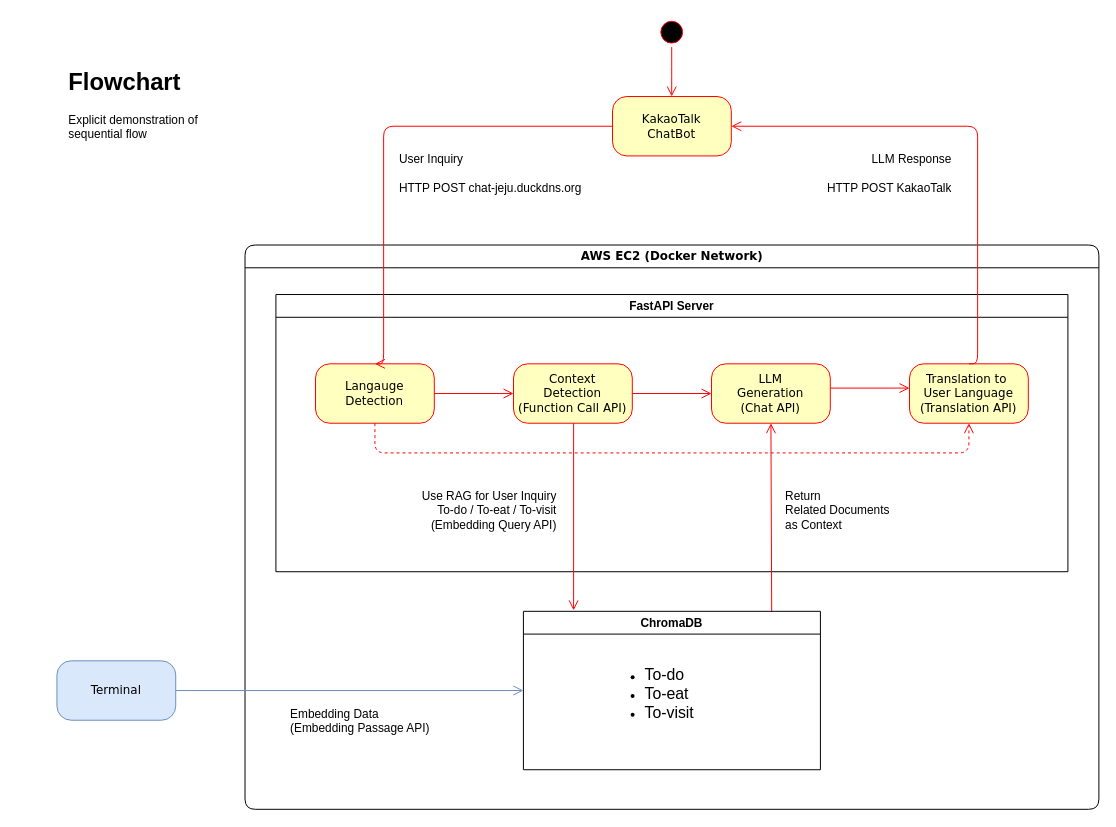
Earlier version of the draw.io diagram page "Page-1" (1 of 2) of Flowchart.drawio (Git-Push-Gang/chat-jeju). Source tidied: cells renumbered, new cells numbered last; positions are measured from the earlier drawing's top-left corner, leaving out a move shared by most shapes. Both pictures are drawn from the tidied source at 99%, with x=0, y=0 at pixel (17, 17).
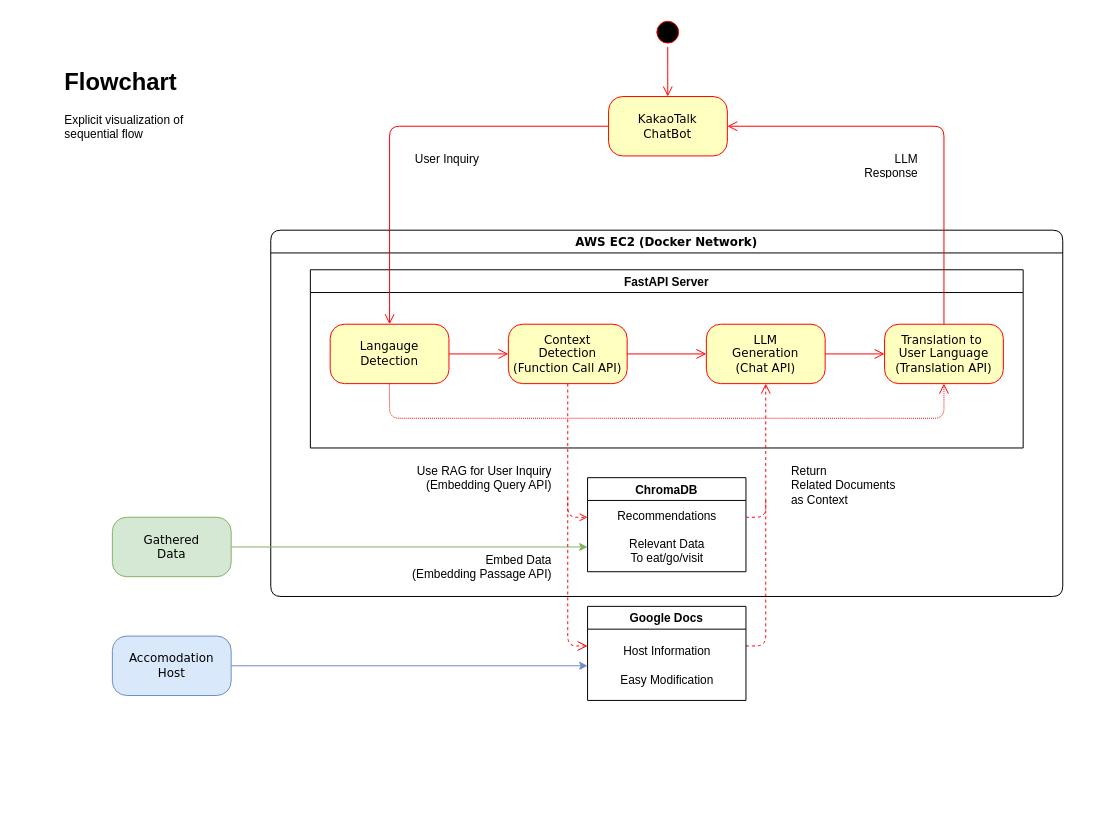
The same page after the edit.

The change refers to these unchanged cells:
```xml
<mxCell id="25" value="KakaoTalk&lt;div&gt;ChatBot&lt;/div&gt;" style="rounded=1;whiteSpace=wrap;html=1;arcSize=24;fillColor=#ffffc0;strokeColor=#ff0000;shadow=0;comic=0;labelBackgroundColor=none;fontFamily=Verdana;fontSize=12;fontColor=#000000;align=center;" parent="23" vertex="1">
  <mxGeometry x="231.2" y="80" width="120" height="60" as="geometry" />
</mxCell>
```

What changed in the source:
```diff
@@
-    <mxCell id="2" style="group;" parent="1" vertex="1">
-      <mxGeometry width="1092.5" height="800" as="geometry" />
-    </mxCell>
-    <mxCell id="3" value="AWS EC2 (Docker Network)" style="swimlane;whiteSpace=wrap;html=1;rounded=1;shadow=0;comic=0;labelBackgroundColor=none;strokeWidth=1;fontFamily=Verdana;fontSize=12;align=center;" parent="2" vertex="1">
-      <mxGeometry x="230" y="230" width="862.5" height="570" as="geometry" />
+    <mxCell id="3" value="AWS EC2 (Docker Network)" style="swimlane;whiteSpace=wrap;html=1;rounded=1;shadow=0;comic=0;labelBackgroundColor=none;strokeWidth=1;fontFamily=Verdana;fontSize=12;align=center;" parent="1" vertex="1">
+      <mxGeometry x="256" y="215" width="800" height="370" as="geometry" />
     </mxCell>
     <mxCell id="4" value="FastAPI Server" style="swimlane;" parent="3" vertex="1">
-      <mxGeometry x="31.2" y="50" width="800" height="280" as="geometry" />
+      <mxGeometry x="40" y="40" width="720" height="180" as="geometry" />
     </mxCell>
     <mxCell id="5" value="Langauge&lt;div&gt;Detection&lt;/div&gt;" style="rounded=1;whiteSpace=wrap;html=1;arcSize=24;fillColor=#ffffc0;strokeColor=#ff0000;shadow=0;comic=0;labelBackgroundColor=none;fontFamily=Verdana;fontSize=12;fontColor=#000000;align=center;" parent="4" vertex="1">
-      <mxGeometry x="40" y="70" width="120" height="60" as="geometry" />
+      <mxGeometry x="20" y="55" width="120" height="60" as="geometry" />
     </mxCell>
     <mxCell id="6" value="Context&lt;div&gt;Detection&lt;/div&gt;&lt;div&gt;(Function Call API)&lt;/div&gt;" style="rounded=1;whiteSpace=wrap;html=1;arcSize=24;fillColor=#ffffc0;strokeColor=#ff0000;shadow=0;comic=0;labelBackgroundColor=none;fontFamily=Verdana;fontSize=12;fontColor=#000000;align=center;" parent="4" vertex="1">
-      <mxGeometry x="240" y="70" width="120" height="60" as="geometry" />
+      <mxGeometry x="200" y="55" width="120" height="60" as="geometry" />
     </mxCell>
     <mxCell id="7" value="LLM&lt;div&gt;Generation&lt;/div&gt;&lt;div&gt;(Chat API)&lt;/div&gt;" style="rounded=1;whiteSpace=wrap;html=1;arcSize=24;fillColor=#ffffc0;strokeColor=#ff0000;shadow=0;comic=0;labelBackgroundColor=none;fontFamily=Verdana;fontSize=12;fontColor=#000000;align=center;" parent="4" vertex="1">
-      <mxGeometry x="440" y="70" width="120" height="60" as="geometry" />
+      <mxGeometry x="400" y="55" width="120" height="60" as="geometry" />
     </mxCell>
     <mxCell id="8" value="Translation to&amp;nbsp;&lt;div&gt;User Language&lt;div&gt;(Translation API)&lt;/div&gt;&lt;/div&gt;" style="rounded=1;whiteSpace=wrap;html=1;arcSize=24;fillColor=#ffffc0;strokeColor=#ff0000;shadow=0;comic=0;labelBackgroundColor=none;fontFamily=Verdana;fontSize=12;fontColor=#000000;align=center;" parent="4" vertex="1">
-      <mxGeometry x="640" y="70" width="120" height="60" as="geometry" />
+      <mxGeometry x="580" y="55" width="120" height="60" as="geometry" />
     </mxCell>
@@
-    <mxCell id="11" style="edgeStyle=orthogonalEdgeStyle;html=1;labelBackgroundColor=none;endArrow=open;endSize=8;strokeColor=#FF0000;fontFamily=Verdana;fontSize=12;align=left;rounded=0;curved=0;entryX=0;entryY=0.5;entryDx=0;entryDy=0;exitX=1;exitY=0.5;exitDx=0;exitDy=0;fontStyle=1;" parent="4" edge="1">
+    <mxCell id="11" style="edgeStyle=orthogonalEdgeStyle;html=1;labelBackgroundColor=none;endArrow=open;endSize=8;strokeColor=#FF0000;fontFamily=Verdana;fontSize=12;align=left;rounded=0;curved=0;exitX=1;exitY=0.5;exitDx=0;exitDy=0;fontStyle=1;" parent="4" edge="1" source="7">
       <mxGeometry relative="1" as="geometry">
-        <mxPoint x="560" y="94.5" as="sourcePoint" />
-        <mxPoint x="640" y="94.5" as="targetPoint" />
+        <mxPoint x="580" y="85" as="targetPoint" />
       </mxGeometry>
     </mxCell>
-    <mxCell id="12" style="edgeStyle=orthogonalEdgeStyle;html=1;labelBackgroundColor=none;endArrow=open;endSize=8;strokeColor=#FF0000;fontFamily=Verdana;fontSize=12;align=left;rounded=1;curved=0;exitX=0.5;exitY=1;exitDx=0;exitDy=0;entryX=0.5;entryY=1;entryDx=0;entryDy=0;dashed=1;" parent="4" edge="1" source="5" target="8">
+    <mxCell id="12" style="edgeStyle=orthogonalEdgeStyle;html=1;labelBackgroundColor=none;endArrow=open;endSize=8;strokeColor=#FF0000;fontFamily=Verdana;fontSize=12;align=left;rounded=1;curved=0;exitX=0.5;exitY=1;exitDx=0;exitDy=0;entryX=0.5;entryY=1;entryDx=0;entryDy=0;dashed=1;dashPattern=1 1;" parent="4" edge="1" source="5" target="8">
       <mxGeometry relative="1" as="geometry">
         <Array as="points">
-          <mxPoint x="100" y="160" />
-          <mxPoint x="700" y="160" />
+          <mxPoint x="80" y="150" />
+          <mxPoint x="640" y="150" />
         </Array>
       </mxGeometry>
     </mxCell>
+    <mxCell id="16" style="edgeStyle=orthogonalEdgeStyle;html=1;labelBackgroundColor=none;endArrow=open;endSize=8;strokeColor=#FF0000;fontFamily=Verdana;fontSize=12;align=left;rounded=1;curved=0;entryX=0.5;entryY=1;entryDx=0;entryDy=0;dashed=1;" parent="3" edge="1" target="7">
+      <mxGeometry relative="1" as="geometry">
+        <mxPoint x="480" y="420" as="sourcePoint" />
+        <Array as="points">
+          <mxPoint x="480" y="420" />
+          <mxPoint x="500" y="420" />
+        </Array>
+      </mxGeometry>
+    </mxCell>
+    <mxCell id="17" value="ChromaDB" style="swimlane;" parent="3" vertex="1">
+      <mxGeometry x="320" y="250" width="160" height="95" as="geometry" />
+    </mxCell>
+    <mxCell id="31" value="Recommendations&lt;div&gt;&lt;br&gt;&lt;/div&gt;&lt;div&gt;Relevant Data&lt;/div&gt;&lt;div&gt;To eat/go/visit&lt;/div&gt;" style="text;html=1;align=center;verticalAlign=middle;strokeColor=none;fillColor=none;" parent="17" vertex="1">
+      <mxGeometry x="20" y="25" width="120" height="70" as="geometry" />
+    </mxCell>
-    <mxCell id="13" value="&lt;div&gt;Use RAG for User Inquiry&lt;br&gt;&lt;/div&gt;&lt;div style=&quot;&quot;&gt;To-do / To-eat / To-visit&lt;/div&gt;(Embedding Query API)" style="text;strokeColor=none;fillColor=none;spacingLeft=4;spacingRight=4;overflow=hidden;fontSize=12;whiteSpace=wrap;html=1;align=right;" parent="4" vertex="1">
-      <mxGeometry x="90" y="190" width="200" height="60" as="geometry" />
+    <mxCell id="13" value="&lt;div&gt;Use RAG for User Inquiry&lt;br&gt;&lt;/div&gt;&lt;div style=&quot;&quot;&gt;(Embedding Query API)&lt;br&gt;&lt;/div&gt;" style="text;strokeColor=none;fillColor=none;spacingLeft=4;spacingRight=4;overflow=hidden;fontSize=12;whiteSpace=wrap;html=1;align=right;" parent="3" vertex="1">
+      <mxGeometry x="90" y="230" width="200" height="60" as="geometry" />
     </mxCell>
-    <mxCell id="14" value="&lt;div&gt;Return&lt;/div&gt;&lt;div&gt;Related Documents&lt;/div&gt;&lt;div&gt;as Context&lt;/div&gt;" style="text;strokeColor=none;fillColor=none;spacingLeft=4;spacingRight=4;overflow=hidden;fontSize=12;whiteSpace=wrap;html=1;" parent="4" vertex="1">
-      <mxGeometry x="508.8" y="190" width="201.2" height="60" as="geometry" />
+    <mxCell id="14" value="&lt;div&gt;Return&lt;/div&gt;&lt;div&gt;Related Documents&lt;/div&gt;&lt;div&gt;as Context&lt;/div&gt;" style="text;strokeColor=none;fillColor=none;spacingLeft=4;spacingRight=4;overflow=hidden;fontSize=12;whiteSpace=wrap;html=1;" parent="3" vertex="1">
+      <mxGeometry x="520" y="230" width="201.2" height="60" as="geometry" />
     </mxCell>
-    <mxCell id="15" style="edgeStyle=orthogonalEdgeStyle;html=1;labelBackgroundColor=none;endArrow=open;endSize=8;strokeColor=#FF0000;fontFamily=Verdana;fontSize=12;align=left;rounded=0;curved=0;exitX=0.5;exitY=1;exitDx=0;exitDy=0;entryX=0.169;entryY=-0.006;entryDx=0;entryDy=0;entryPerimeter=0;" parent="3" edge="1" source="6" target="17">
-      <mxGeometry relative="1" as="geometry">
-        <Array as="points">
-          <mxPoint x="331" y="370" />
-        </Array>
-      </mxGeometry>
-    </mxCell>
-    <mxCell id="16" style="edgeStyle=orthogonalEdgeStyle;html=1;labelBackgroundColor=none;endArrow=open;endSize=8;strokeColor=#FF0000;fontFamily=Verdana;fontSize=12;align=left;rounded=0;curved=0;entryX=0.5;entryY=1;entryDx=0;entryDy=0;exitX=0.836;exitY=0.019;exitDx=0;exitDy=0;exitPerimeter=0;" parent="3" edge="1" source="17" target="7">
-      <mxGeometry relative="1" as="geometry">
-        <Array as="points">
-          <mxPoint x="531" y="373" />
-        </Array>
-      </mxGeometry>
-    </mxCell>
-    <mxCell id="17" value="ChromaDB" style="swimlane;" parent="3" vertex="1">
-      <mxGeometry x="281.2" y="370" width="300" height="160" as="geometry" />
-    </mxCell>
-    <mxCell id="18" value="&lt;ul&gt;&lt;li&gt;&lt;font size=&quot;3&quot;&gt;To-do&lt;/font&gt;&lt;/li&gt;&lt;li&gt;&lt;font size=&quot;3&quot;&gt;To-eat&lt;/font&gt;&lt;/li&gt;&lt;li&gt;&lt;font size=&quot;3&quot;&gt;To-visit&lt;/font&gt;&lt;/li&gt;&lt;/ul&gt;" style="text;strokeColor=none;fillColor=none;html=1;whiteSpace=wrap;verticalAlign=middle;overflow=hidden;" parent="17" vertex="1">
-      <mxGeometry x="81.2" y="40" width="100" height="80" as="geometry" />
-    </mxCell>
-    <mxCell id="19" value="&lt;font style=&quot;font-size: 12px;&quot;&gt;Embedding Data&lt;/font&gt;&lt;div&gt;&lt;font style=&quot;font-size: 12px;&quot;&gt;(Embedding Passage API)&lt;/font&gt;&lt;/div&gt;" style="text;strokeColor=none;fillColor=none;spacingLeft=4;spacingRight=4;overflow=hidden;fontSize=12;whiteSpace=wrap;html=1;" parent="3" vertex="1">
-      <mxGeometry x="40" y="460" width="200" height="60" as="geometry" />
-    </mxCell>
+    <mxCell id="32" style="endArrow=open;html=1;rounded=1;strokeColor=#FF0000;endFill=0;dashed=1;curved=0;" parent="3" edge="1">
+      <mxGeometry relative="1" as="geometry">
+        <mxPoint x="300" y="270" as="sourcePoint" />
+        <mxPoint x="320" y="290" as="targetPoint" />
+        <Array as="points">
+          <mxPoint x="300" y="290" />
+        </Array>
+      </mxGeometry>
+    </mxCell>
+    <mxCell id="33" style="endArrow=none;html=1;rounded=1;strokeColor=#FF0000;endFill=0;dashed=1;curved=0;" parent="3" edge="1">
+      <mxGeometry relative="1" as="geometry">
+        <mxPoint x="480" y="290" as="sourcePoint" />
+        <mxPoint x="500" y="270" as="targetPoint" />
+        <Array as="points">
+          <mxPoint x="500" y="290" />
+        </Array>
+      </mxGeometry>
+    </mxCell>
+    <mxCell id="34" value="&lt;font style=&quot;text-align: left;&quot;&gt;Embed Data&lt;/font&gt;&lt;div&gt;(Embedding Passage API)&lt;br&gt;&lt;/div&gt;" style="text;strokeColor=none;fillColor=none;spacingLeft=4;spacingRight=4;overflow=hidden;fontSize=12;whiteSpace=wrap;html=1;align=right;" parent="3" vertex="1">
+      <mxGeometry x="90" y="320" width="200" height="60" as="geometry" />
+    </mxCell>
+    <mxCell id="35" style="endArrow=classic;html=1;rounded=0;strokeColor=#82b366;endFill=1;exitX=1;exitY=0.5;exitDx=0;exitDy=0;fillColor=#d5e8d4;" parent="3" edge="1">
+      <mxGeometry relative="1" as="geometry">
+        <mxPoint x="-40" y="320" as="sourcePoint" />
+        <mxPoint x="320" y="320" as="targetPoint" />
+      </mxGeometry>
+    </mxCell>
-    <mxCell id="20" value="Terminal" style="rounded=1;whiteSpace=wrap;html=1;arcSize=24;fillColor=#dae8fc;strokeColor=#6c8ebf;shadow=0;comic=0;labelBackgroundColor=none;fontFamily=Verdana;fontSize=12;align=center;" parent="2" vertex="1">
-      <mxGeometry x="40" y="650" width="120" height="60" as="geometry" />
+    <mxCell id="20" value="&lt;div&gt;Accomodation&lt;/div&gt;Host" style="rounded=1;whiteSpace=wrap;html=1;arcSize=24;fillColor=#dae8fc;strokeColor=#6c8ebf;shadow=0;comic=0;labelBackgroundColor=none;fontFamily=Verdana;fontSize=12;align=center;" parent="1" vertex="1">
+      <mxGeometry x="96" y="625" width="120" height="60" as="geometry" />
     </mxCell>
-    <mxCell id="21" value="&lt;h1 style=&quot;margin-top: 0px;&quot;&gt;Flowchart&lt;/h1&gt;&lt;p&gt;Explicit demonstration of sequential flow&lt;/p&gt;" style="text;html=1;whiteSpace=wrap;overflow=hidden;rounded=0;" parent="2" vertex="1">
-      <mxGeometry x="50" y="45" width="180" height="120" as="geometry" />
+    <mxCell id="21" value="&lt;h1 style=&quot;margin-top: 0px;&quot;&gt;Flowchart&lt;/h1&gt;&lt;p&gt;Explicit visualization of sequential flow&lt;/p&gt;" style="text;html=1;whiteSpace=wrap;overflow=hidden;rounded=0;" parent="1" vertex="1">
+      <mxGeometry x="46" y="45" width="180" height="120" as="geometry" />
     </mxCell>
-    <mxCell id="22" style="edgeStyle=orthogonalEdgeStyle;html=1;labelBackgroundColor=none;endArrow=open;endSize=8;strokeColor=#6c8ebf;fontFamily=Verdana;fontSize=12;align=left;rounded=0;curved=0;exitX=1;exitY=0.5;exitDx=0;exitDy=0;entryX=0;entryY=0.5;entryDx=0;entryDy=0;fillColor=#dae8fc;" parent="2" edge="1" source="20" target="17">
-      <mxGeometry relative="1" as="geometry" />
-    </mxCell>
-    <mxCell id="23" style="group;" parent="2" vertex="1">
-      <mxGeometry x="370" width="600" height="190" as="geometry" />
+    <mxCell id="23" style="group;" parent="1" vertex="1">
+      <mxGeometry x="366" width="600" height="190" as="geometry" />
     </mxCell>
@@
-    <mxCell id="27" value="&lt;div&gt;User Inquiry&lt;/div&gt;&lt;div&gt;&lt;br&gt;&lt;/div&gt;HTTP POST chat-jeju.duckdns.org" style="text;strokeColor=none;fillColor=none;spacingLeft=4;spacingRight=4;overflow=hidden;fontSize=12;whiteSpace=wrap;html=1;" parent="23" vertex="1">
-      <mxGeometry x="10" y="130" width="230" height="60" as="geometry" />
+    <mxCell id="27" value="&lt;div&gt;User Inquiry&lt;/div&gt;" style="text;strokeColor=none;fillColor=none;spacingLeft=4;spacingRight=4;overflow=hidden;fontSize=12;whiteSpace=wrap;html=1;" parent="23" vertex="1">
+      <mxGeometry x="30" y="130" width="230" height="60" as="geometry" />
     </mxCell>
-    <mxCell id="28" value="&lt;div&gt;LLM Response&lt;/div&gt;&lt;div&gt;&lt;br&gt;&lt;/div&gt;HTTP POST KakaoTalk" style="text;strokeColor=none;fillColor=none;spacingLeft=4;spacingRight=4;overflow=hidden;fontSize=12;whiteSpace=wrap;html=1;align=right;" parent="23" vertex="1">
-      <mxGeometry x="350" y="130" width="230" height="60" as="geometry" />
+    <mxCell id="28" value="&lt;div&gt;LLM Response&lt;/div&gt;" style="text;strokeColor=none;fillColor=none;spacingLeft=4;spacingRight=4;overflow=hidden;fontSize=12;whiteSpace=wrap;html=1;align=right;" parent="23" vertex="1">
+      <mxGeometry x="460" y="130" width="90" height="30" as="geometry" />
     </mxCell>
-    <mxCell id="29" style="edgeStyle=orthogonalEdgeStyle;html=1;labelBackgroundColor=none;endArrow=open;endSize=8;strokeColor=#FF0000;fontFamily=Verdana;fontSize=12;align=left;exitX=0;exitY=0.5;exitDx=0;exitDy=0;entryX=0.5;entryY=0;entryDx=0;entryDy=0;" parent="2" edge="1" source="25" target="5">
+    <mxCell id="29" style="edgeStyle=orthogonalEdgeStyle;html=1;labelBackgroundColor=none;endArrow=open;endSize=8;strokeColor=#FF0000;fontFamily=Verdana;fontSize=12;align=left;exitX=0;exitY=0.5;exitDx=0;exitDy=0;entryX=0.5;entryY=0;entryDx=0;entryDy=0;" parent="1" edge="1" source="25" target="5">
       <mxGeometry relative="1" as="geometry">
         <Array as="points">
-          <mxPoint x="370" y="110" />
+          <mxPoint x="376" y="110" />
         </Array>
       </mxGeometry>
     </mxCell>
-    <mxCell id="30" style="edgeStyle=orthogonalEdgeStyle;html=1;labelBackgroundColor=none;endArrow=open;endSize=8;strokeColor=#FF0000;fontFamily=Verdana;fontSize=12;align=left;rounded=1;curved=0;entryX=1;entryY=0.5;entryDx=0;entryDy=0;fontStyle=1;exitX=0.5;exitY=0;exitDx=0;exitDy=0;" parent="2" edge="1" source="8" target="25">
+    <mxCell id="30" style="edgeStyle=orthogonalEdgeStyle;html=1;labelBackgroundColor=none;endArrow=open;endSize=8;strokeColor=#FF0000;fontFamily=Verdana;fontSize=12;align=left;rounded=1;curved=0;entryX=1;entryY=0.5;entryDx=0;entryDy=0;fontStyle=1;exitX=0.5;exitY=0;exitDx=0;exitDy=0;" parent="1" edge="1" source="8" target="25">
       <mxGeometry relative="1" as="geometry">
         <Array as="points">
-          <mxPoint x="970" y="110" />
+          <mxPoint x="936" y="110" />
         </Array>
       </mxGeometry>
     </mxCell>
+    <mxCell id="36" value="Google Docs" style="swimlane;" parent="1" vertex="1">
+      <mxGeometry x="576" y="595" width="160" height="95" as="geometry" />
+    </mxCell>
+    <mxCell id="37" value="Host Information&lt;div&gt;&lt;br&gt;&lt;/div&gt;&lt;div&gt;Easy Modification&lt;/div&gt;" style="text;html=1;align=center;verticalAlign=middle;strokeColor=none;fillColor=none;" parent="36" vertex="1">
+      <mxGeometry x="20" y="30" width="120" height="60" as="geometry" />
+    </mxCell>
+    <mxCell id="15" style="edgeStyle=orthogonalEdgeStyle;html=1;labelBackgroundColor=none;endArrow=open;endSize=8;strokeColor=#FF0000;fontFamily=Verdana;fontSize=12;align=left;rounded=1;curved=0;exitX=0.5;exitY=1;exitDx=0;exitDy=0;dashed=1;endFill=0;" parent="1" edge="1" source="6">
+      <mxGeometry relative="1" as="geometry">
+        <mxPoint x="576" y="635" as="targetPoint" />
+        <Array as="points">
+          <mxPoint x="556" y="635" />
+          <mxPoint x="576" y="635" />
+        </Array>
+      </mxGeometry>
+    </mxCell>
+    <mxCell id="38" style="endArrow=classic;html=1;rounded=0;strokeColor=#6c8ebf;endFill=1;exitX=1;exitY=0.5;exitDx=0;exitDy=0;fillColor=#dae8fc;" parent="1" edge="1" source="20">
+      <mxGeometry relative="1" as="geometry">
+        <mxPoint x="576" y="655" as="targetPoint" />
+      </mxGeometry>
+    </mxCell>
+    <mxCell id="39" value="Gathered&lt;div&gt;Data&lt;/div&gt;" style="rounded=1;whiteSpace=wrap;html=1;arcSize=24;fillColor=#d5e8d4;strokeColor=#82b366;shadow=0;comic=0;labelBackgroundColor=none;fontFamily=Verdana;fontSize=12;align=center;" parent="1" vertex="1">
+      <mxGeometry x="96" y="505" width="120" height="60" as="geometry" />
+    </mxCell>
```
